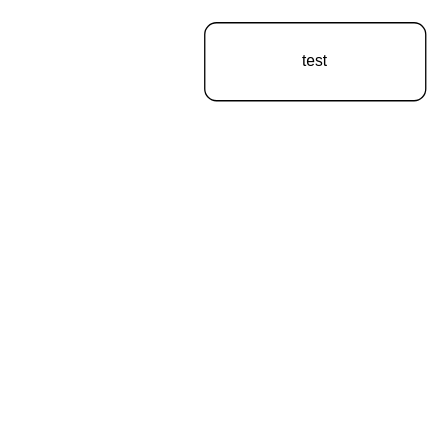
Above: ServiceStructure.drawio in ChihLin8168/newDrawio (draw.io), before the change. Source tidied: cells renumbered, new cells numbered last; positions are measured from the earlier drawing's top-left corner, leaving out a move shared by most shapes. Both pictures are drawn from the tidied source at 130%, with x=0, y=0 at pixel (204, 22).
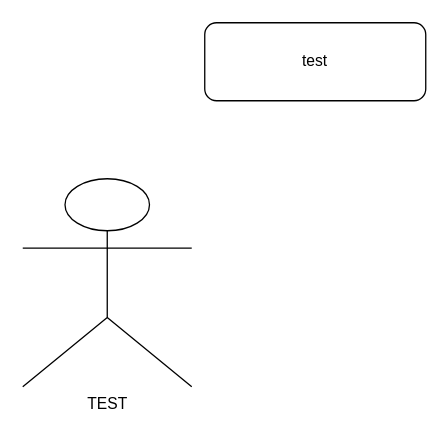
Above is the later version.

Change to the diagram source:
```diff
@@
 <mxGraphModel>
   <root>
     <mxCell id="0" />
     <mxCell id="1" parent="0" />
     <mxCell id="2" value="test" style="rounded=1;whiteSpace=wrap;html=1;" parent="1" vertex="1">
       <mxGeometry width="170" height="60" as="geometry" />
     </mxCell>
+    <mxCell id="3" value="TEST" style="shape=umlActor;verticalLabelPosition=bottom;verticalAlign=top;html=1;" parent="1" vertex="1">
+      <mxGeometry x="-140" y="120" width="130" height="160" as="geometry" />
+    </mxCell>
   </root>
 </mxGraphModel>
```
